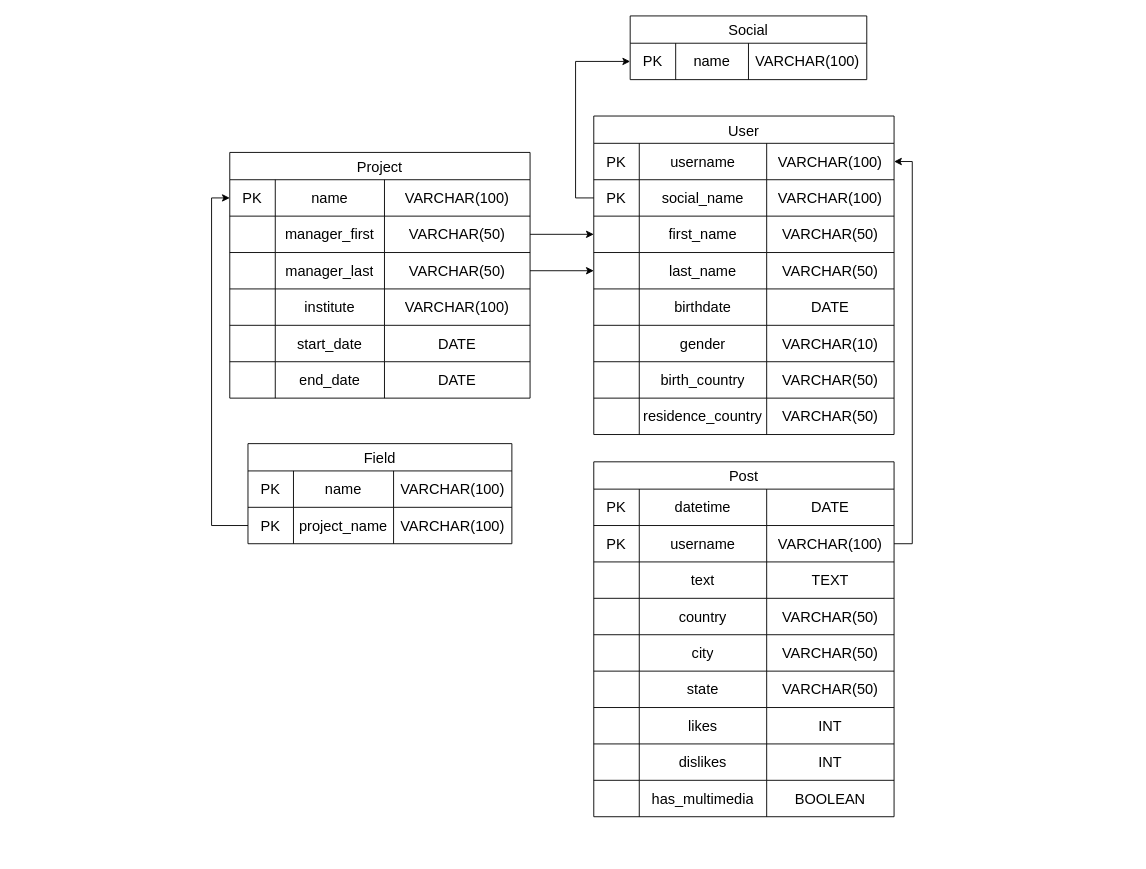
Above: docs/db-schema.drawio in QuinnMatthews/CS5330-DB-Project (draw.io), before the change. Source tidied: cells renumbered, new cells numbered last; positions are measured from the earlier drawing's top-left corner, leaving out a move shared by most shapes. Both pictures are drawn from the tidied source at 91%, with x=0, y=0 at pixel (229, 15).
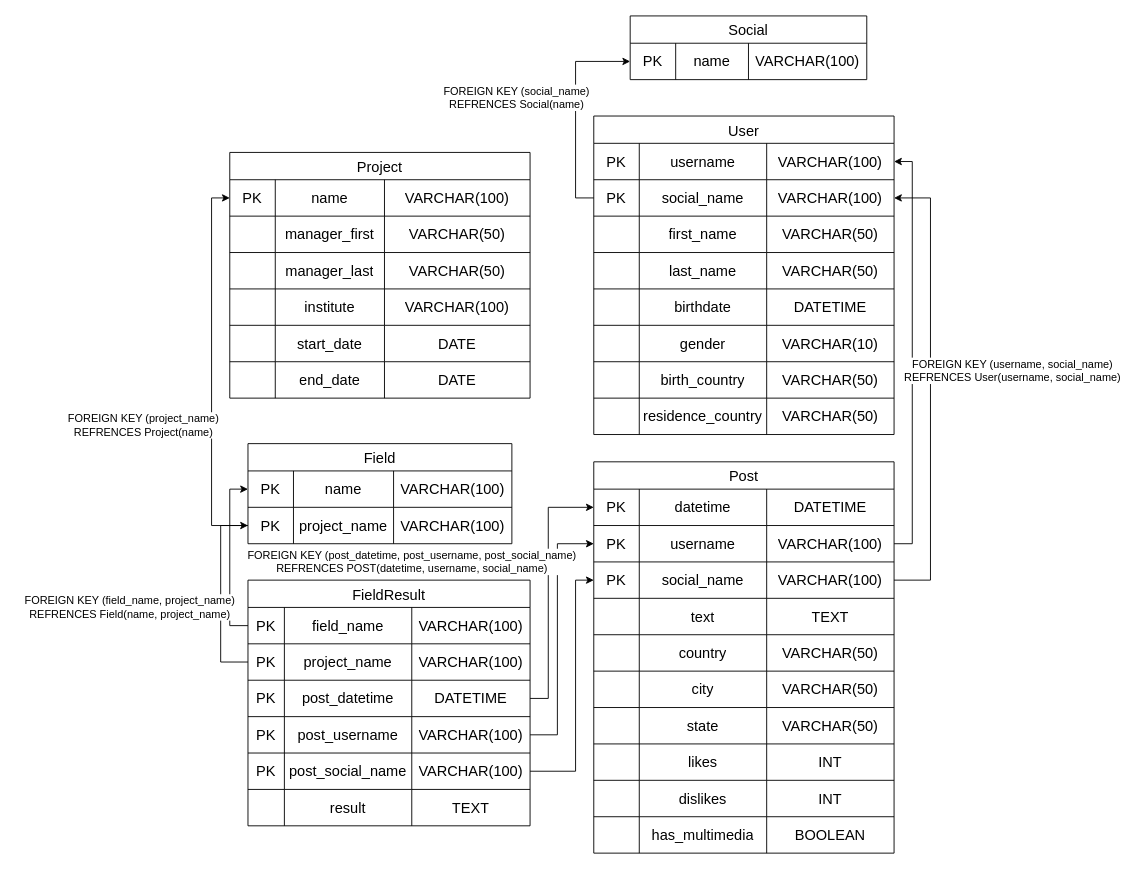
The same diagram, later.

The change refers to these unchanged cells:
```xml
<mxCell id="12" style="shape=tableRow;horizontal=0;startSize=0;swimlaneHead=0;swimlaneBody=0;strokeColor=inherit;top=0;left=0;bottom=0;right=0;fillColor=none;points=[[0,0.5],[1,0.5]];portConstraint=eastwest;fontSize=16;" parent="7" vertex="1">
  <mxGeometry y="70" width="330" height="40" as="geometry" />
</mxCell>
<mxCell id="16" style="shape=tableRow;horizontal=0;startSize=0;swimlaneHead=0;swimlaneBody=0;strokeColor=inherit;top=0;left=0;bottom=0;right=0;fillColor=none;points=[[0,0.5],[1,0.5]];portConstraint=eastwest;fontSize=16;" parent="7" vertex="1">
  <mxGeometry y="110" width="330" height="40" as="geometry" />
</mxCell>
<mxCell id="37" style="shape=tableRow;horizontal=0;startSize=0;swimlaneHead=0;swimlaneBody=0;strokeColor=inherit;top=0;left=0;bottom=0;right=0;fillColor=none;points=[[0,0.5],[1,0.5]];portConstraint=eastwest;fontSize=16;" parent="32" vertex="1">
  <mxGeometry y="70" width="330" height="40" as="geometry" />
</mxCell>
<mxCell id="41" style="shape=tableRow;horizontal=0;startSize=0;swimlaneHead=0;swimlaneBody=0;strokeColor=inherit;top=0;left=0;bottom=0;right=0;fillColor=none;points=[[0,0.5],[1,0.5]];portConstraint=eastwest;fontSize=16;" parent="32" vertex="1">
  <mxGeometry y="110" width="330" height="40" as="geometry" />
</mxCell>
<mxCell id="45" style="shape=tableRow;horizontal=0;startSize=0;swimlaneHead=0;swimlaneBody=0;strokeColor=inherit;top=0;left=0;bottom=0;right=0;fillColor=none;points=[[0,0.5],[1,0.5]];portConstraint=eastwest;fontSize=16;" parent="32" vertex="1">
  <mxGeometry y="150" width="330" height="40" as="geometry" />
</mxCell>
<mxCell id="49" style="shape=tableRow;horizontal=0;startSize=0;swimlaneHead=0;swimlaneBody=0;strokeColor=inherit;top=0;left=0;bottom=0;right=0;fillColor=none;fontSize=16;" parent="32" vertex="1">
  <mxGeometry y="190" width="330" height="40" as="geometry" />
</mxCell>
<mxCell id="66" style="shape=tableRow;horizontal=0;startSize=0;swimlaneHead=0;swimlaneBody=0;strokeColor=inherit;top=0;left=0;bottom=0;right=0;fillColor=none;points=[[0,0.5],[1,0.5]];portConstraint=eastwest;fontSize=16;" parent="65" vertex="1">
  <mxGeometry y="30" width="290" height="40" as="geometry" />
</mxCell>
<mxCell id="70" style="shape=tableRow;horizontal=0;startSize=0;swimlaneHead=0;swimlaneBody=0;strokeColor=inherit;top=0;left=0;bottom=0;right=0;fillColor=none;points=[[0,0.5],[1,0.5]];portConstraint=eastwest;fontSize=16;" parent="65" vertex="1">
  <mxGeometry y="70" width="290" height="40" as="geometry" />
</mxCell>
<mxCell id="75" style="shape=tableRow;horizontal=0;startSize=0;swimlaneHead=0;swimlaneBody=0;strokeColor=inherit;top=0;left=0;bottom=0;right=0;fillColor=none;points=[[0,0.5],[1,0.5]];portConstraint=eastwest;fontSize=16;" parent="74" vertex="1">
  <mxGeometry y="30" width="330" height="40" as="geometry" />
</mxCell>
<mxCell id="79" style="shape=tableRow;horizontal=0;startSize=0;swimlaneHead=0;swimlaneBody=0;strokeColor=inherit;top=0;left=0;bottom=0;right=0;fillColor=none;points=[[0,0.5],[1,0.5]];portConstraint=eastwest;fontSize=16;" parent="74" vertex="1">
  <mxGeometry y="70" width="330" height="40" as="geometry" />
</mxCell>
```

The edit, as a diff of the source:
```diff
@@
-    <mxCell id="52" value="DATE" style="shape=partialRectangle;html=1;whiteSpace=wrap;strokeColor=inherit;overflow=hidden;fillColor=none;top=0;left=0;bottom=0;right=0;fontSize=16;" parent="49" vertex="1">
+    <mxCell id="52" value="DATETIME" style="shape=partialRectangle;html=1;whiteSpace=wrap;strokeColor=inherit;overflow=hidden;fillColor=none;top=0;left=0;bottom=0;right=0;fontSize=16;" parent="49" vertex="1">
       <mxGeometry x="190" width="140" height="40" as="geometry" />
     </mxCell>
@@
     <mxCell id="74" value="Post" style="shape=table;startSize=30;childLayout=tableLayout;strokeColor=default;fontSize=16;" parent="1" vertex="1">
-      <mxGeometry x="400" y="490" width="330" height="390" as="geometry" />
+      <mxGeometry x="400" y="490" width="330" height="430" as="geometry" />
     </mxCell>
@@
-    <mxCell id="78" value="DATE" style="shape=partialRectangle;html=1;whiteSpace=wrap;strokeColor=inherit;overflow=hidden;fillColor=none;top=0;left=0;bottom=0;right=0;fontSize=16;" parent="75" vertex="1">
+    <mxCell id="78" value="DATETIME" style="shape=partialRectangle;html=1;whiteSpace=wrap;strokeColor=inherit;overflow=hidden;fillColor=none;top=0;left=0;bottom=0;right=0;fontSize=16;" parent="75" vertex="1">
       <mxGeometry x="190" width="140" height="40" as="geometry" />
     </mxCell>
@@
+    <mxCell id="116" style="shape=tableRow;horizontal=0;startSize=0;swimlaneHead=0;swimlaneBody=0;strokeColor=inherit;top=0;left=0;bottom=0;right=0;fillColor=none;points=[[0,0.5],[1,0.5]];portConstraint=eastwest;fontSize=16;" parent="74" vertex="1">
+      <mxGeometry y="110" width="330" height="40" as="geometry" />
+    </mxCell>
+    <mxCell id="117" value="PK" style="shape=partialRectangle;html=1;whiteSpace=wrap;strokeColor=inherit;overflow=hidden;fillColor=none;top=0;left=0;bottom=0;right=0;fontSize=16;" parent="116" vertex="1">
+      <mxGeometry width="50" height="40" as="geometry" />
+    </mxCell>
+    <mxCell id="118" value="social_name" style="shape=partialRectangle;html=1;whiteSpace=wrap;strokeColor=inherit;overflow=hidden;fillColor=none;top=0;left=0;bottom=0;right=0;fontSize=16;" parent="116" vertex="1">
+      <mxGeometry x="50" width="140" height="40" as="geometry" />
+    </mxCell>
+    <mxCell id="119" value="VARCHAR(100)" style="shape=partialRectangle;html=1;whiteSpace=wrap;strokeColor=inherit;overflow=hidden;fillColor=none;top=0;left=0;bottom=0;right=0;fontSize=16;" parent="116" vertex="1">
+      <mxGeometry x="190" width="140" height="40" as="geometry" />
+    </mxCell>
     <mxCell id="83" style="shape=tableRow;horizontal=0;startSize=0;swimlaneHead=0;swimlaneBody=0;strokeColor=inherit;top=0;left=0;bottom=0;right=0;fillColor=none;fontSize=16;" parent="74" vertex="1">
-      <mxGeometry y="110" width="330" height="40" as="geometry" />
+      <mxGeometry y="150" width="330" height="40" as="geometry" />
     </mxCell>
@@
     <mxCell id="87" style="shape=tableRow;horizontal=0;startSize=0;swimlaneHead=0;swimlaneBody=0;strokeColor=inherit;top=0;left=0;bottom=0;right=0;fillColor=none;fontSize=16;" parent="74" vertex="1">
-      <mxGeometry y="150" width="330" height="40" as="geometry" />
+      <mxGeometry y="190" width="330" height="40" as="geometry" />
     </mxCell>
@@
     <mxCell id="91" style="shape=tableRow;horizontal=0;startSize=0;swimlaneHead=0;swimlaneBody=0;strokeColor=inherit;top=0;left=0;bottom=0;right=0;fillColor=none;fontSize=16;" parent="74" vertex="1">
-      <mxGeometry y="190" width="330" height="40" as="geometry" />
+      <mxGeometry y="230" width="330" height="40" as="geometry" />
     </mxCell>
@@
     <mxCell id="95" style="shape=tableRow;horizontal=0;startSize=0;swimlaneHead=0;swimlaneBody=0;strokeColor=inherit;top=0;left=0;bottom=0;right=0;fillColor=none;fontSize=16;" parent="74" vertex="1">
-      <mxGeometry y="230" width="330" height="40" as="geometry" />
+      <mxGeometry y="270" width="330" height="40" as="geometry" />
     </mxCell>
@@
     <mxCell id="99" style="shape=tableRow;horizontal=0;startSize=0;swimlaneHead=0;swimlaneBody=0;strokeColor=inherit;top=0;left=0;bottom=0;right=0;fillColor=none;fontSize=16;" parent="74" vertex="1">
-      <mxGeometry y="270" width="330" height="40" as="geometry" />
+      <mxGeometry y="310" width="330" height="40" as="geometry" />
     </mxCell>
@@
     <mxCell id="103" style="shape=tableRow;horizontal=0;startSize=0;swimlaneHead=0;swimlaneBody=0;strokeColor=inherit;top=0;left=0;bottom=0;right=0;fillColor=none;fontSize=16;" parent="74" vertex="1">
-      <mxGeometry y="310" width="330" height="40" as="geometry" />
+      <mxGeometry y="350" width="330" height="40" as="geometry" />
     </mxCell>
@@
     <mxCell id="107" style="shape=tableRow;horizontal=0;startSize=0;swimlaneHead=0;swimlaneBody=0;strokeColor=inherit;top=0;left=0;bottom=0;right=0;fillColor=none;fontSize=16;" parent="74" vertex="1">
-      <mxGeometry y="350" width="330" height="40" as="geometry" />
+      <mxGeometry y="390" width="330" height="40" as="geometry" />
     </mxCell>
@@
-    <mxCell id="112" style="edgeStyle=orthogonalEdgeStyle;rounded=0;jettySize=auto;html=1;exitX=1;exitY=0.5;exitDx=0;exitDy=0;entryX=0;entryY=0.5;entryDx=0;entryDy=0;" parent="1" edge="1" source="12" target="41">
-      <mxGeometry relative="1" as="geometry" />
-    </mxCell>
-    <mxCell id="113" style="edgeStyle=orthogonalEdgeStyle;rounded=0;jettySize=auto;html=1;exitX=1;exitY=0.5;exitDx=0;exitDy=0;entryX=0;entryY=0.5;entryDx=0;entryDy=0;" parent="1" edge="1" source="16" target="45">
-      <mxGeometry relative="1" as="geometry" />
-    </mxCell>
@@
+    <mxCell id="120" style="edgeStyle=orthogonalEdgeStyle;rounded=0;jettySize=auto;html=1;exitX=1;exitY=0.5;exitDx=0;exitDy=0;entryX=1;entryY=0.5;entryDx=0;entryDy=0;" parent="1" edge="1" source="116" target="37">
+      <mxGeometry relative="1" as="geometry">
+        <Array as="points">
+          <mxPoint x="770" y="620" />
+          <mxPoint x="770" y="200" />
+        </Array>
+      </mxGeometry>
+    </mxCell>
+    <mxCell id="121" value="FieldResult" style="shape=table;startSize=30;childLayout=tableLayout;strokeColor=default;fontSize=16;" parent="1" vertex="1">
+      <mxGeometry x="20" y="620" width="310" height="270" as="geometry" />
+    </mxCell>
+    <mxCell id="122" style="shape=tableRow;horizontal=0;startSize=0;swimlaneHead=0;swimlaneBody=0;strokeColor=inherit;top=0;left=0;bottom=0;right=0;fillColor=none;points=[[0,0.5],[1,0.5]];portConstraint=eastwest;fontSize=16;" parent="121" vertex="1">
+      <mxGeometry y="30" width="310" height="40" as="geometry" />
+    </mxCell>
+    <mxCell id="123" value="PK" style="shape=partialRectangle;html=1;whiteSpace=wrap;strokeColor=inherit;overflow=hidden;fillColor=none;top=0;left=0;bottom=0;right=0;fontSize=16;" parent="122" vertex="1">
+      <mxGeometry width="40" height="40" as="geometry" />
+    </mxCell>
+    <mxCell id="124" value="field_name" style="shape=partialRectangle;html=1;whiteSpace=wrap;strokeColor=inherit;overflow=hidden;fillColor=none;top=0;left=0;bottom=0;right=0;fontSize=16;" parent="122" vertex="1">
+      <mxGeometry x="40" width="140" height="40" as="geometry" />
+    </mxCell>
+    <mxCell id="125" value="VARCHAR(100)" style="shape=partialRectangle;html=1;whiteSpace=wrap;strokeColor=inherit;overflow=hidden;fillColor=none;top=0;left=0;bottom=0;right=0;fontSize=16;" parent="122" vertex="1">
+      <mxGeometry x="180" width="130" height="40" as="geometry" />
+    </mxCell>
+    <mxCell id="126" style="shape=tableRow;horizontal=0;startSize=0;swimlaneHead=0;swimlaneBody=0;strokeColor=inherit;top=0;left=0;bottom=0;right=0;fillColor=none;points=[[0,0.5],[1,0.5]];portConstraint=eastwest;fontSize=16;" parent="121" vertex="1">
+      <mxGeometry y="70" width="310" height="40" as="geometry" />
+    </mxCell>
+    <mxCell id="127" value="PK" style="shape=partialRectangle;html=1;whiteSpace=wrap;strokeColor=inherit;overflow=hidden;fillColor=none;top=0;left=0;bottom=0;right=0;fontSize=16;" parent="126" vertex="1">
+      <mxGeometry width="40" height="40" as="geometry" />
+    </mxCell>
+    <mxCell id="128" value="project_name" style="shape=partialRectangle;html=1;whiteSpace=wrap;strokeColor=inherit;overflow=hidden;fillColor=none;top=0;left=0;bottom=0;right=0;fontSize=16;" parent="126" vertex="1">
+      <mxGeometry x="40" width="140" height="40" as="geometry" />
+    </mxCell>
+    <mxCell id="129" value="VARCHAR(100)" style="shape=partialRectangle;html=1;whiteSpace=wrap;strokeColor=inherit;overflow=hidden;fillColor=none;top=0;left=0;bottom=0;right=0;fontSize=16;" parent="126" vertex="1">
+      <mxGeometry x="180" width="130" height="40" as="geometry" />
+    </mxCell>
+    <mxCell id="130" style="shape=tableRow;horizontal=0;startSize=0;swimlaneHead=0;swimlaneBody=0;strokeColor=inherit;top=0;left=0;bottom=0;right=0;fillColor=none;points=[[0,0.5],[1,0.5]];portConstraint=eastwest;fontSize=16;" parent="121" vertex="1">
+      <mxGeometry y="110" width="310" height="40" as="geometry" />
+    </mxCell>
+    <mxCell id="131" value="PK" style="shape=partialRectangle;html=1;whiteSpace=wrap;strokeColor=inherit;overflow=hidden;fillColor=none;top=0;left=0;bottom=0;right=0;fontSize=16;" parent="130" vertex="1">
+      <mxGeometry width="40" height="40" as="geometry" />
+    </mxCell>
+    <mxCell id="132" value="post_datetime" style="shape=partialRectangle;html=1;whiteSpace=wrap;strokeColor=inherit;overflow=hidden;fillColor=none;top=0;left=0;bottom=0;right=0;fontSize=16;" parent="130" vertex="1">
+      <mxGeometry x="40" width="140" height="40" as="geometry" />
+    </mxCell>
+    <mxCell id="133" value="DATETIME" style="shape=partialRectangle;html=1;whiteSpace=wrap;strokeColor=inherit;overflow=hidden;fillColor=none;top=0;left=0;bottom=0;right=0;fontSize=16;" parent="130" vertex="1">
+      <mxGeometry x="180" width="130" height="40" as="geometry" />
+    </mxCell>
+    <mxCell id="134" style="shape=tableRow;horizontal=0;startSize=0;swimlaneHead=0;swimlaneBody=0;strokeColor=inherit;top=0;left=0;bottom=0;right=0;fillColor=none;points=[[0,0.5],[1,0.5]];portConstraint=eastwest;fontSize=16;" parent="121" vertex="1">
+      <mxGeometry y="150" width="310" height="40" as="geometry" />
+    </mxCell>
+    <mxCell id="135" value="PK" style="shape=partialRectangle;html=1;whiteSpace=wrap;strokeColor=inherit;overflow=hidden;fillColor=none;top=0;left=0;bottom=0;right=0;fontSize=16;" parent="134" vertex="1">
+      <mxGeometry width="40" height="40" as="geometry" />
+    </mxCell>
+    <mxCell id="136" value="post_username" style="shape=partialRectangle;html=1;whiteSpace=wrap;strokeColor=inherit;overflow=hidden;fillColor=none;top=0;left=0;bottom=0;right=0;fontSize=16;" parent="134" vertex="1">
+      <mxGeometry x="40" width="140" height="40" as="geometry" />
+    </mxCell>
+    <mxCell id="137" value="VARCHAR(100)" style="shape=partialRectangle;html=1;whiteSpace=wrap;strokeColor=inherit;overflow=hidden;fillColor=none;top=0;left=0;bottom=0;right=0;fontSize=16;" parent="134" vertex="1">
+      <mxGeometry x="180" width="130" height="40" as="geometry" />
+    </mxCell>
+    <mxCell id="138" style="shape=tableRow;horizontal=0;startSize=0;swimlaneHead=0;swimlaneBody=0;strokeColor=inherit;top=0;left=0;bottom=0;right=0;fillColor=none;points=[[0,0.5],[1,0.5]];portConstraint=eastwest;fontSize=16;" parent="121" vertex="1">
+      <mxGeometry y="190" width="310" height="40" as="geometry" />
+    </mxCell>
+    <mxCell id="139" value="PK" style="shape=partialRectangle;html=1;whiteSpace=wrap;strokeColor=inherit;overflow=hidden;fillColor=none;top=0;left=0;bottom=0;right=0;fontSize=16;" parent="138" vertex="1">
+      <mxGeometry width="40" height="40" as="geometry" />
+    </mxCell>
+    <mxCell id="140" value="post_social_name" style="shape=partialRectangle;html=1;whiteSpace=wrap;strokeColor=inherit;overflow=hidden;fillColor=none;top=0;left=0;bottom=0;right=0;fontSize=16;" parent="138" vertex="1">
+      <mxGeometry x="40" width="140" height="40" as="geometry" />
+    </mxCell>
+    <mxCell id="141" value="VARCHAR(100)" style="shape=partialRectangle;html=1;whiteSpace=wrap;strokeColor=inherit;overflow=hidden;fillColor=none;top=0;left=0;bottom=0;right=0;fontSize=16;" parent="138" vertex="1">
+      <mxGeometry x="180" width="130" height="40" as="geometry" />
+    </mxCell>
+    <mxCell id="142" style="shape=tableRow;horizontal=0;startSize=0;swimlaneHead=0;swimlaneBody=0;strokeColor=inherit;top=0;left=0;bottom=0;right=0;fillColor=none;fontSize=16;" parent="121" vertex="1">
+      <mxGeometry y="230" width="310" height="40" as="geometry" />
+    </mxCell>
+    <mxCell id="143" style="shape=partialRectangle;html=1;whiteSpace=wrap;strokeColor=inherit;overflow=hidden;fillColor=none;top=0;left=0;bottom=0;right=0;fontSize=16;" parent="142" vertex="1">
+      <mxGeometry width="40" height="40" as="geometry" />
+    </mxCell>
+    <mxCell id="144" value="result" style="shape=partialRectangle;html=1;whiteSpace=wrap;strokeColor=inherit;overflow=hidden;fillColor=none;top=0;left=0;bottom=0;right=0;fontSize=16;" parent="142" vertex="1">
+      <mxGeometry x="40" width="140" height="40" as="geometry" />
+    </mxCell>
+    <mxCell id="145" value="TEXT" style="shape=partialRectangle;html=1;whiteSpace=wrap;strokeColor=inherit;overflow=hidden;fillColor=none;top=0;left=0;bottom=0;right=0;fontSize=16;" parent="142" vertex="1">
+      <mxGeometry x="180" width="130" height="40" as="geometry" />
+    </mxCell>
+    <mxCell id="146" style="edgeStyle=orthogonalEdgeStyle;rounded=0;jettySize=auto;html=1;exitX=0;exitY=0.5;exitDx=0;exitDy=0;entryX=0;entryY=0.5;entryDx=0;entryDy=0;" parent="1" edge="1" source="122" target="66">
+      <mxGeometry relative="1" as="geometry" />
+    </mxCell>
+    <mxCell id="147" style="edgeStyle=orthogonalEdgeStyle;rounded=0;jettySize=auto;html=1;exitX=1;exitY=0.5;exitDx=0;exitDy=0;entryX=0;entryY=0.5;entryDx=0;entryDy=0;" parent="1" edge="1" source="130" target="75">
+      <mxGeometry relative="1" as="geometry">
+        <Array as="points">
+          <mxPoint x="350" y="750" />
+          <mxPoint x="350" y="540" />
+        </Array>
+      </mxGeometry>
+    </mxCell>
+    <mxCell id="148" style="edgeStyle=orthogonalEdgeStyle;rounded=0;jettySize=auto;html=1;exitX=1;exitY=0.5;exitDx=0;exitDy=0;" parent="1" edge="1" source="134" target="79">
+      <mxGeometry relative="1" as="geometry">
+        <Array as="points">
+          <mxPoint x="360" y="790" />
+          <mxPoint x="360" y="580" />
+        </Array>
+      </mxGeometry>
+    </mxCell>
+    <mxCell id="149" style="edgeStyle=orthogonalEdgeStyle;rounded=0;jettySize=auto;html=1;exitX=1;exitY=0.5;exitDx=0;exitDy=0;entryX=0;entryY=0.5;entryDx=0;entryDy=0;" parent="1" edge="1" source="138" target="116">
+      <mxGeometry relative="1" as="geometry">
+        <Array as="points">
+          <mxPoint x="380" y="830" />
+          <mxPoint x="380" y="620" />
+        </Array>
+      </mxGeometry>
+    </mxCell>
+    <mxCell id="150" style="edgeStyle=orthogonalEdgeStyle;rounded=0;jettySize=auto;html=1;exitX=0;exitY=0.5;exitDx=0;exitDy=0;entryX=0;entryY=0.5;entryDx=0;entryDy=0;" parent="1" edge="1" source="126" target="70">
+      <mxGeometry relative="1" as="geometry">
+        <Array as="points">
+          <mxPoint x="-10" y="710" />
+          <mxPoint x="-10" y="560" />
+        </Array>
+      </mxGeometry>
+    </mxCell>
+    <mxCell id="151" value="FOREIGN KEY (username, social_name)&lt;div&gt;REFRENCES User(username, social_name)&lt;/div&gt;" style="text;html=1;align=center;verticalAlign=middle;strokeColor=none;fillColor=none;labelBackgroundColor=default;" parent="1" vertex="1">
+      <mxGeometry x="730" y="370" width="260" height="40" as="geometry" />
+    </mxCell>
+    <mxCell id="152" value="FOREIGN KEY (post_datetime, post_username, post_social_name)&lt;div&gt;REFRENCES POST(datetime, username, social_name)&lt;/div&gt;" style="text;html=1;align=center;verticalAlign=middle;strokeColor=none;fillColor=none;textShadow=0;labelBorderColor=none;labelBackgroundColor=default;" parent="1" vertex="1">
+      <mxGeometry x="10" y="580" width="380" height="40" as="geometry" />
+    </mxCell>
+    <mxCell id="153" value="FOREIGN KEY (field_name, project_name)&lt;div&gt;REFRENCES Field(name, project_name)&lt;/div&gt;" style="text;html=1;align=center;verticalAlign=middle;strokeColor=none;fillColor=none;labelBackgroundColor=default;" parent="1" vertex="1">
+      <mxGeometry x="-235" y="630" width="250" height="40" as="geometry" />
+    </mxCell>
+    <mxCell id="154" value="FOREIGN KEY (project_name)&lt;div&gt;REFRENCES Project(name)&lt;/div&gt;" style="text;html=1;align=center;verticalAlign=middle;strokeColor=none;fillColor=none;labelBackgroundColor=default;" parent="1" vertex="1">
+      <mxGeometry x="-190" y="430" width="190" height="40" as="geometry" />
+    </mxCell>
+    <mxCell id="155" value="FOREIGN KEY (social_name)&lt;div&gt;REFRENCES Social(name)&lt;/div&gt;" style="text;html=1;align=center;verticalAlign=middle;strokeColor=none;fillColor=none;labelBackgroundColor=default;" parent="1" vertex="1">
+      <mxGeometry x="225" y="70" width="180" height="40" as="geometry" />
+    </mxCell>
```
